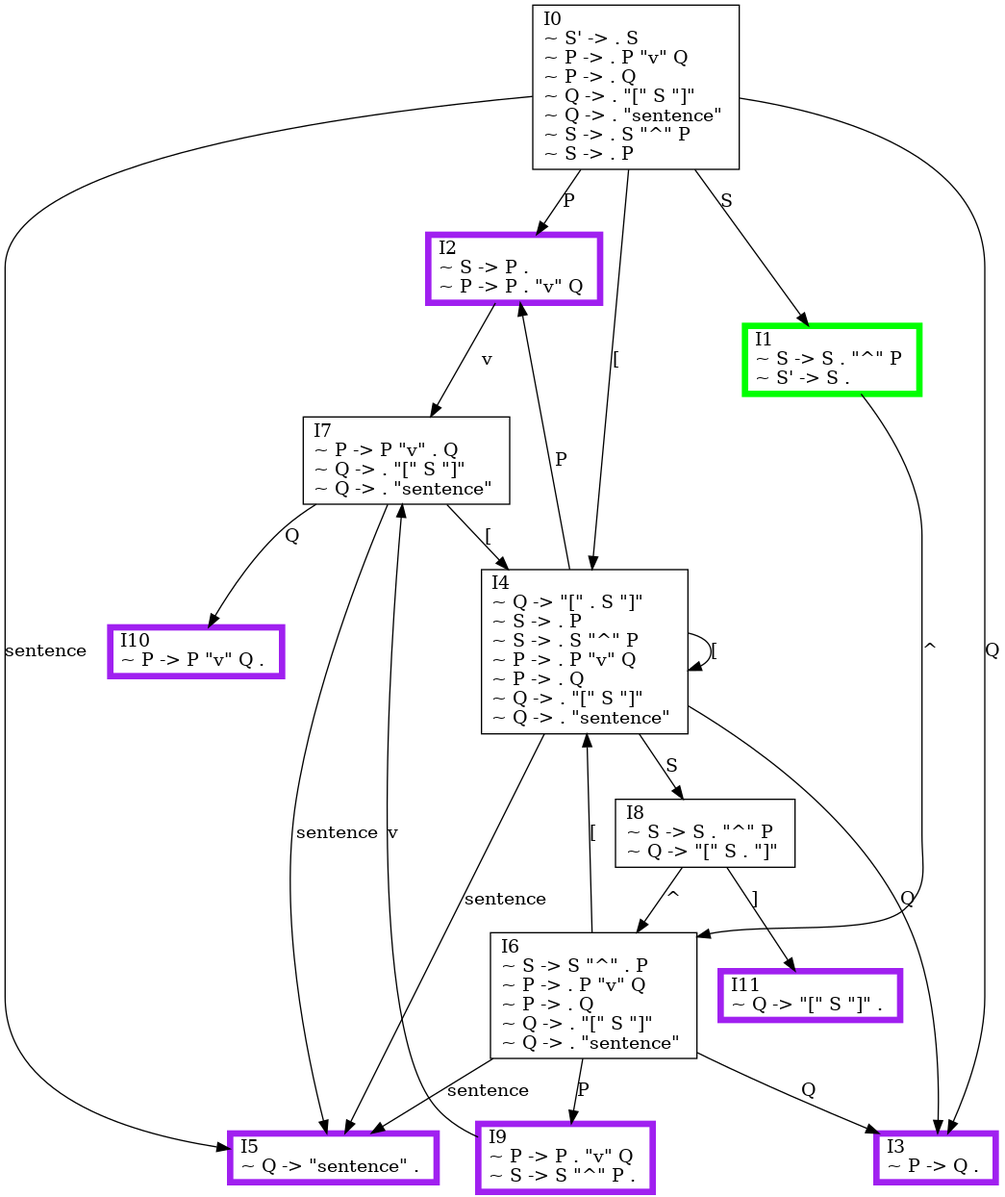
The Graphviz diagram graph/slr.png in MarchMol/syntax_analyzer, before a commit. Its source is kept beside it as graph/slr.dot. Source of this version:
```dot
digraph {
    0 [ label = "I2\l~ S -> P . \l~ P -> P . \"v\" Q \l" shape=box, color=purple, penwidth=5]
    1 [ label = "I9\l~ P -> P . \"v\" Q \l~ S -> S \"^\" P . \l" shape=box, color=purple, penwidth=5]
    2 [ label = "I8\l~ S -> S . \"^\" P \l~ Q -> \"[\" S . \"]\" \l" shape=box]
    3 [ label = "I7\l~ P -> P \"v\" . Q \l~ Q -> . \"[\" S \"]\" \l~ Q -> . \"sentence\" \l" shape=box]
    4 [ label = "I6\l~ S -> S \"^\" . P \l~ P -> . P \"v\" Q \l~ P -> . Q \l~ Q -> . \"[\" S \"]\" \l~ Q -> . \"sentence\" \l" shape=box]
    5 [ label = "I4\l~ Q -> \"[\" . S \"]\" \l~ S -> . P \l~ S -> . S \"^\" P \l~ P -> . P \"v\" Q \l~ P -> . Q \l~ Q -> . \"[\" S \"]\" \l~ Q -> . \"sentence\" \l" shape=box]
    6 [ label = "I1\l~ S -> S . \"^\" P \l~ S' -> S . \l" shape=box, color=green, penwidth=5]
    7 [ label = "I0\l~ S' -> . S \l~ P -> . P \"v\" Q \l~ P -> . Q \l~ Q -> . \"[\" S \"]\" \l~ Q -> . \"sentence\" \l~ S -> . S \"^\" P \l~ S -> . P \l" shape=box]
    8 [ label = "I11\l~ Q -> \"[\" S \"]\" . \l" shape=box, color=purple, penwidth=5]
    9 [ label = "I5\l~ Q -> \"sentence\" . \l" shape=box, color=purple, penwidth=5]
    10 [ label = "I10\l~ P -> P \"v\" Q . \l" shape=box, color=purple, penwidth=5]
    11 [ label = "I3\l~ P -> Q . \l" shape=box, color=purple, penwidth=5]
    0 -> 3 [ label = "v" ]
    1 -> 3 [ label = "v" ]
    2 -> 8 [ label = "]" ]
    2 -> 4 [ label = "^" ]
    3 -> 9 [ label = "sentence" ]
    3 -> 5 [ label = "[" ]
    3 -> 10 [ label = "Q" ]
    4 -> 11 [ label = "Q" ]
    4 -> 5 [ label = "[" ]
    4 -> 1 [ label = "P" ]
    4 -> 9 [ label = "sentence" ]
    5 -> 0 [ label = "P" ]
    5 -> 9 [ label = "sentence" ]
    5 -> 5 [ label = "[" ]
    5 -> 2 [ label = "S" ]
    5 -> 11 [ label = "Q" ]
    6 -> 4 [ label = "^" ]
    7 -> 0 [ label = "P" ]
    7 -> 11 [ label = "Q" ]
    7 -> 5 [ label = "[" ]
    7 -> 9 [ label = "sentence" ]
    7 -> 6 [ label = "S" ]
}
```
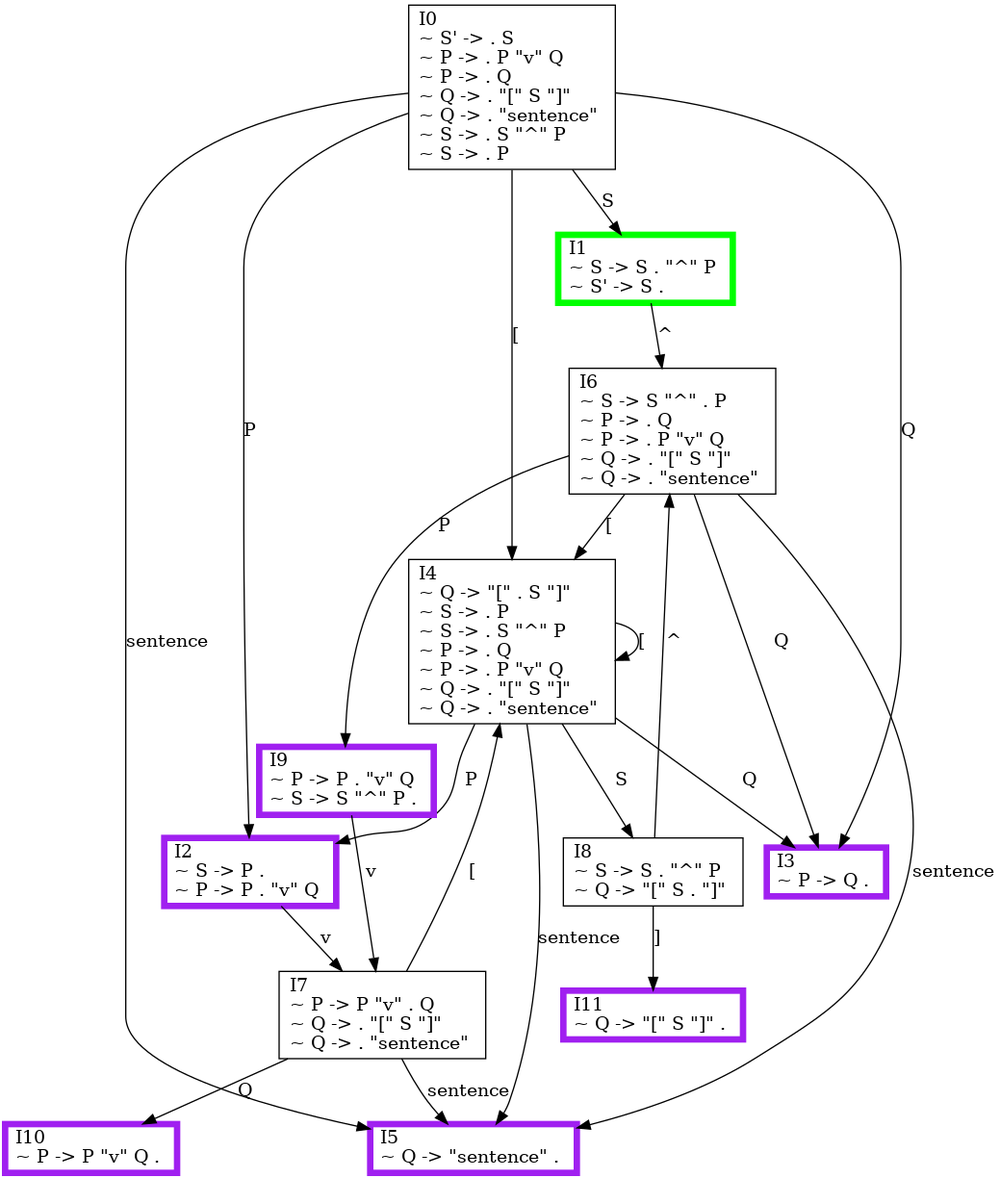
Later version of the same file.

The edit, as a diff of the source:
```diff
@@ -1,36 +1,36 @@
 digraph {
-    0 [ label = "I2\l~ S -> P . \l~ P -> P . \"v\" Q \l" shape=box, color=purple, penwidth=5]
-    1 [ label = "I9\l~ P -> P . \"v\" Q \l~ S -> S \"^\" P . \l" shape=box, color=purple, penwidth=5]
-    2 [ label = "I8\l~ S -> S . \"^\" P \l~ Q -> \"[\" S . \"]\" \l" shape=box]
+    0 [ label = "I1\l~ S -> S . \"^\" P \l~ S' -> S . \l" shape=box, color=green, penwidth=5]
+    1 [ label = "I4\l~ Q -> \"[\" . S \"]\" \l~ S -> . P \l~ S -> . S \"^\" P \l~ P -> . Q \l~ P -> . P \"v\" Q \l~ Q -> . \"[\" S \"]\" \l~ Q -> . \"sentence\" \l" shape=box]
+    2 [ label = "I2\l~ S -> P . \l~ P -> P . \"v\" Q \l" shape=box, color=purple, penwidth=5]
     3 [ label = "I7\l~ P -> P \"v\" . Q \l~ Q -> . \"[\" S \"]\" \l~ Q -> . \"sentence\" \l" shape=box]
-    4 [ label = "I6\l~ S -> S \"^\" . P \l~ P -> . P \"v\" Q \l~ P -> . Q \l~ Q -> . \"[\" S \"]\" \l~ Q -> . \"sentence\" \l" shape=box]
-    5 [ label = "I4\l~ Q -> \"[\" . S \"]\" \l~ S -> . P \l~ S -> . S \"^\" P \l~ P -> . P \"v\" Q \l~ P -> . Q \l~ Q -> . \"[\" S \"]\" \l~ Q -> . \"sentence\" \l" shape=box]
-    6 [ label = "I1\l~ S -> S . \"^\" P \l~ S' -> S . \l" shape=box, color=green, penwidth=5]
-    7 [ label = "I0\l~ S' -> . S \l~ P -> . P \"v\" Q \l~ P -> . Q \l~ Q -> . \"[\" S \"]\" \l~ Q -> . \"sentence\" \l~ S -> . S \"^\" P \l~ S -> . P \l" shape=box]
-    8 [ label = "I11\l~ Q -> \"[\" S \"]\" . \l" shape=box, color=purple, penwidth=5]
-    9 [ label = "I5\l~ Q -> \"sentence\" . \l" shape=box, color=purple, penwidth=5]
+    4 [ label = "I9\l~ P -> P . \"v\" Q \l~ S -> S \"^\" P . \l" shape=box, color=purple, penwidth=5]
+    5 [ label = "I0\l~ S' -> . S \l~ P -> . P \"v\" Q \l~ P -> . Q \l~ Q -> . \"[\" S \"]\" \l~ Q -> . \"sentence\" \l~ S -> . S \"^\" P \l~ S -> . P \l" shape=box]
+    6 [ label = "I8\l~ S -> S . \"^\" P \l~ Q -> \"[\" S . \"]\" \l" shape=box]
+    7 [ label = "I6\l~ S -> S \"^\" . P \l~ P -> . Q \l~ P -> . P \"v\" Q \l~ Q -> . \"[\" S \"]\" \l~ Q -> . \"sentence\" \l" shape=box]
+    8 [ label = "I5\l~ Q -> \"sentence\" . \l" shape=box, color=purple, penwidth=5]
+    9 [ label = "I3\l~ P -> Q . \l" shape=box, color=purple, penwidth=5]
     10 [ label = "I10\l~ P -> P \"v\" Q . \l" shape=box, color=purple, penwidth=5]
-    11 [ label = "I3\l~ P -> Q . \l" shape=box, color=purple, penwidth=5]
-    0 -> 3 [ label = "v" ]
-    1 -> 3 [ label = "v" ]
-    2 -> 8 [ label = "]" ]
-    2 -> 4 [ label = "^" ]
-    3 -> 9 [ label = "sentence" ]
-    3 -> 5 [ label = "[" ]
+    11 [ label = "I11\l~ Q -> \"[\" S \"]\" . \l" shape=box, color=purple, penwidth=5]
+    0 -> 7 [ label = "^" ]
+    1 -> 1 [ label = "[" ]
+    1 -> 8 [ label = "sentence" ]
+    1 -> 6 [ label = "S" ]
+    1 -> 2 [ label = "P" ]
+    1 -> 9 [ label = "Q" ]
+    2 -> 3 [ label = "v" ]
+    3 -> 1 [ label = "[" ]
+    3 -> 8 [ label = "sentence" ]
     3 -> 10 [ label = "Q" ]
-    4 -> 11 [ label = "Q" ]
-    4 -> 5 [ label = "[" ]
-    4 -> 1 [ label = "P" ]
-    4 -> 9 [ label = "sentence" ]
-    5 -> 0 [ label = "P" ]
-    5 -> 9 [ label = "sentence" ]
-    5 -> 5 [ label = "[" ]
-    5 -> 2 [ label = "S" ]
-    5 -> 11 [ label = "Q" ]
-    6 -> 4 [ label = "^" ]
-    7 -> 0 [ label = "P" ]
-    7 -> 11 [ label = "Q" ]
-    7 -> 5 [ label = "[" ]
-    7 -> 9 [ label = "sentence" ]
-    7 -> 6 [ label = "S" ]
+    4 -> 3 [ label = "v" ]
+    5 -> 9 [ label = "Q" ]
+    5 -> 8 [ label = "sentence" ]
+    5 -> 1 [ label = "[" ]
+    5 -> 2 [ label = "P" ]
+    5 -> 0 [ label = "S" ]
+    6 -> 7 [ label = "^" ]
+    6 -> 11 [ label = "]" ]
+    7 -> 9 [ label = "Q" ]
+    7 -> 1 [ label = "[" ]
+    7 -> 8 [ label = "sentence" ]
+    7 -> 4 [ label = "P" ]
 }
```
